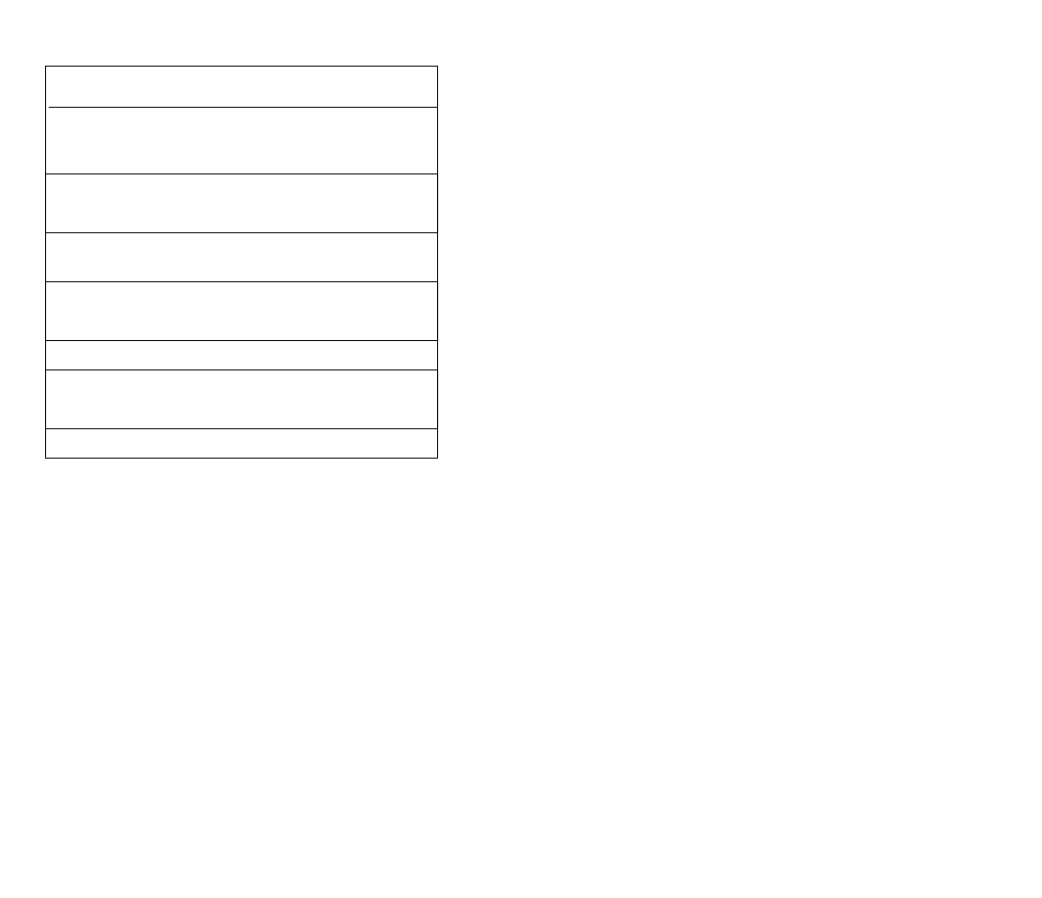
The draw.io diagram notes/Untitled Diagram.drawio in adildocuments/namaste-react, before the edit. Source tidied: cells renumbered, new cells numbered last; positions are measured from the earlier drawing's top-left corner, leaving out a move shared by most shapes. Both pictures are drawn from the tidied source at 98%, with x=0, y=0 at pixel (45, 66).
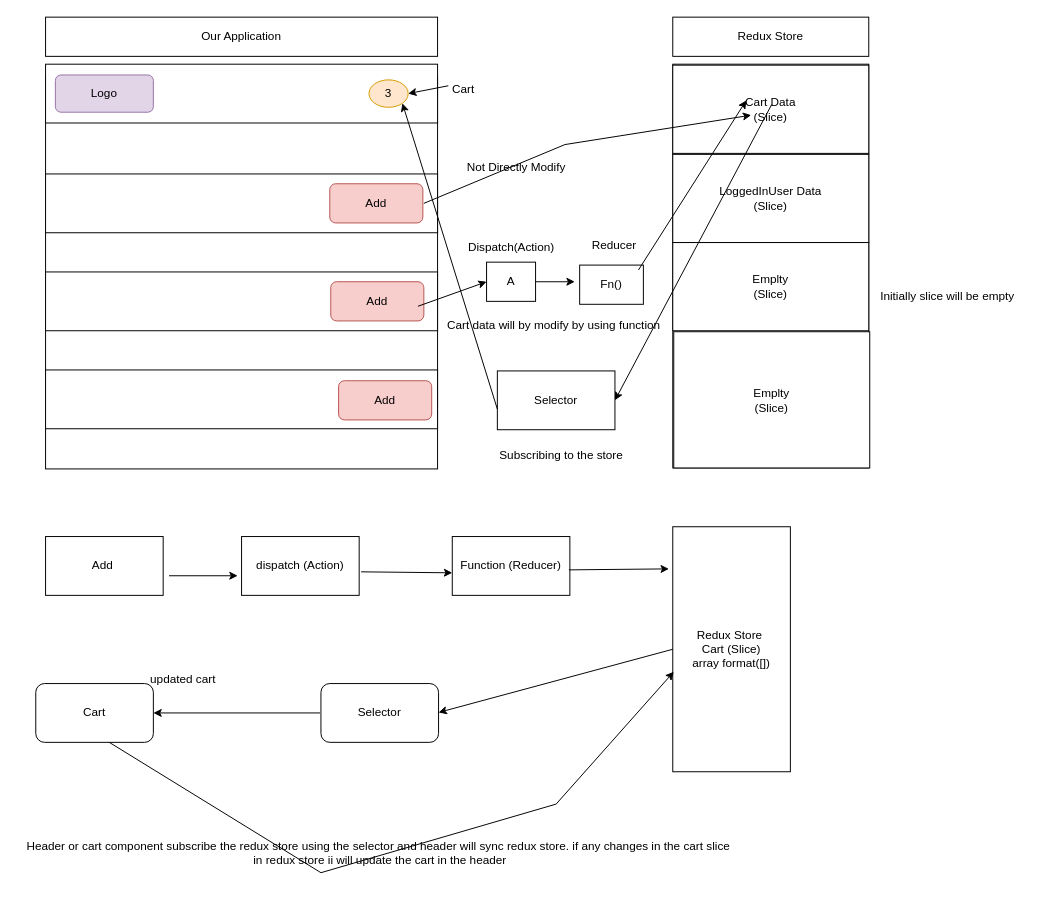
Above is the later version.

Diff of the diagram source:
```diff
@@
     <mxCell id="2" style="whiteSpace=wrap;html=1;" parent="1" vertex="1">
-      <mxGeometry width="400" height="400" as="geometry" />
+      <mxGeometry y="11" width="400" height="400" as="geometry" />
     </mxCell>
-    <mxCell id="3" style="endArrow=none;html=1;rounded=0;entryX=1;entryY=0.105;entryDx=0;entryDy=0;entryPerimeter=0;exitX=0.008;exitY=0.105;exitDx=0;exitDy=0;exitPerimeter=0;" parent="1" edge="1" source="2" target="2">
-      <mxGeometry relative="1" as="geometry" />
-    </mxCell>
@@
     <mxCell id="5" style="rounded=0;whiteSpace=wrap;html=1;" parent="1" vertex="1">
-      <mxGeometry y="220" width="400" height="60" as="geometry" />
+      <mxGeometry y="210" width="400" height="60" as="geometry" />
     </mxCell>
@@
+    <mxCell id="7" value="Add" style="rounded=1;whiteSpace=wrap;html=1;fillColor=#f8cecc;strokeColor=#b85450;" parent="1" vertex="1">
+      <mxGeometry x="290" y="120" width="95" height="40" as="geometry" />
+    </mxCell>
+    <mxCell id="8" value="Add" style="rounded=1;whiteSpace=wrap;html=1;fillColor=#f8cecc;strokeColor=#b85450;" parent="1" vertex="1">
+      <mxGeometry x="291" y="220" width="95" height="40" as="geometry" />
+    </mxCell>
+    <mxCell id="9" value="Add" style="rounded=1;whiteSpace=wrap;html=1;fillColor=#f8cecc;strokeColor=#b85450;" parent="1" vertex="1">
+      <mxGeometry x="299" y="321" width="95" height="40" as="geometry" />
+    </mxCell>
+    <mxCell id="10" style="rounded=0;whiteSpace=wrap;html=1;align=left;" parent="1" vertex="1">
+      <mxGeometry y="-2" width="400" height="60" as="geometry" />
+    </mxCell>
+    <mxCell id="11" value="3" style="ellipse;whiteSpace=wrap;html=1;fillColor=#ffe6cc;strokeColor=#d79b00;" parent="1" vertex="1">
+      <mxGeometry x="330" y="14" width="40" height="28" as="geometry" />
+    </mxCell>
+    <mxCell id="12" value="Logo" style="rounded=1;whiteSpace=wrap;html=1;fillColor=#e1d5e7;strokeColor=#9673a6;" parent="1" vertex="1">
+      <mxGeometry x="10" y="9" width="100" height="38" as="geometry" />
+    </mxCell>
+    <mxCell id="13" value="Our Application" style="whiteSpace=wrap;html=1;" parent="1" vertex="1">
+      <mxGeometry y="-50" width="400" height="40" as="geometry" />
+    </mxCell>
+    <mxCell id="14" style="rounded=0;whiteSpace=wrap;html=1;" parent="1" vertex="1">
+      <mxGeometry x="640" y="-2" width="200" height="412" as="geometry" />
+    </mxCell>
+    <mxCell id="15" value="Redux Store" style="rounded=0;whiteSpace=wrap;html=1;" parent="1" vertex="1">
+      <mxGeometry x="640" y="-50" width="200" height="40" as="geometry" />
+    </mxCell>
+    <mxCell id="16" value="Cart Data&lt;div&gt;(Slice)&lt;/div&gt;" style="rounded=0;whiteSpace=wrap;html=1;" parent="1" vertex="1">
+      <mxGeometry x="640" y="-1" width="200" height="90" as="geometry" />
+    </mxCell>
+    <mxCell id="17" value="LoggedInUser Data&lt;div&gt;(Slice)&lt;/div&gt;" style="rounded=0;whiteSpace=wrap;html=1;" parent="1" vertex="1">
+      <mxGeometry x="640" y="90" width="200" height="90" as="geometry" />
+    </mxCell>
+    <mxCell id="18" value="Emplty&lt;div&gt;(Slice)&lt;/div&gt;" style="rounded=0;whiteSpace=wrap;html=1;" parent="1" vertex="1">
+      <mxGeometry x="640" y="180" width="200" height="90" as="geometry" />
+    </mxCell>
+    <mxCell id="19" value="Emplty&lt;div&gt;(Slice)&lt;/div&gt;" style="rounded=0;whiteSpace=wrap;html=1;" parent="1" vertex="1">
+      <mxGeometry x="641" y="271" width="200" height="139" as="geometry" />
+    </mxCell>
+    <mxCell id="20" style="endArrow=classic;html=1;rounded=0;entryX=0.4;entryY=0.567;entryDx=0;entryDy=0;entryPerimeter=0;" parent="1" edge="1" target="16">
+      <mxGeometry relative="1" as="geometry">
+        <mxPoint x="386" y="140" as="sourcePoint" />
+        <Array as="points">
+          <mxPoint x="530" y="80" />
+        </Array>
+      </mxGeometry>
+    </mxCell>
+    <mxCell id="21" value="Not Directly Modify" style="text;html=1;align=center;verticalAlign=middle;strokeColor=none;fillColor=none;" parent="1" vertex="1">
+      <mxGeometry x="420" y="88" width="120" height="30" as="geometry" />
+    </mxCell>
+    <mxCell id="22" value="A" style="rounded=0;whiteSpace=wrap;html=1;" parent="1" vertex="1">
+      <mxGeometry x="450" y="200" width="50" height="40" as="geometry" />
+    </mxCell>
+    <mxCell id="23" style="endArrow=classic;html=1;rounded=0;entryX=0;entryY=0.5;entryDx=0;entryDy=0;" parent="1" edge="1" target="22">
+      <mxGeometry relative="1" as="geometry">
+        <mxPoint x="380" y="245" as="sourcePoint" />
+      </mxGeometry>
+    </mxCell>
+    <mxCell id="24" style="endArrow=classic;html=1;rounded=0;" parent="1" edge="1">
+      <mxGeometry relative="1" as="geometry">
+        <mxPoint x="500" y="220" as="sourcePoint" />
+        <mxPoint x="540" y="220" as="targetPoint" />
+      </mxGeometry>
+    </mxCell>
+    <mxCell id="25" value="Fn()" style="rounded=0;whiteSpace=wrap;html=1;" parent="1" vertex="1">
+      <mxGeometry x="545" y="203" width="65" height="40" as="geometry" />
+    </mxCell>
+    <mxCell id="26" value="Dispatch(Action)" style="text;html=1;align=center;verticalAlign=middle;strokeColor=none;fillColor=none;" parent="1" vertex="1">
+      <mxGeometry x="420" y="170" width="110" height="30" as="geometry" />
+    </mxCell>
+    <mxCell id="27" style="endArrow=classic;html=1;rounded=0;" parent="1" edge="1">
+      <mxGeometry relative="1" as="geometry">
+        <mxPoint x="605" y="208" as="sourcePoint" />
+        <mxPoint x="715" y="35" as="targetPoint" />
+      </mxGeometry>
+    </mxCell>
+    <mxCell id="28" value="Cart data will by modify by using function&amp;nbsp;" style="text;html=1;align=center;verticalAlign=middle;strokeColor=none;fillColor=none;" parent="1" vertex="1">
+      <mxGeometry x="400" y="250" width="240" height="30" as="geometry" />
+    </mxCell>
+    <mxCell id="29" value="Initially slice will be empty" style="text;html=1;align=center;verticalAlign=middle;strokeColor=none;fillColor=none;" parent="1" vertex="1">
+      <mxGeometry x="840" y="220" width="160" height="30" as="geometry" />
+    </mxCell>
+    <mxCell id="30" value="Reducer" style="text;html=1;align=center;verticalAlign=middle;strokeColor=none;fillColor=none;" parent="1" vertex="1">
+      <mxGeometry x="545" y="168" width="70" height="30" as="geometry" />
+    </mxCell>
+    <mxCell id="31" value="Selector" style="rounded=0;whiteSpace=wrap;html=1;" parent="1" vertex="1">
+      <mxGeometry x="461" y="311" width="120" height="60" as="geometry" />
+    </mxCell>
+    <mxCell id="32" value="Subscribing to the store" style="text;html=1;align=center;verticalAlign=middle;strokeColor=none;fillColor=none;" parent="1" vertex="1">
+      <mxGeometry x="451" y="382" width="150" height="30" as="geometry" />
+    </mxCell>
+    <mxCell id="33" style="endArrow=classic;html=1;rounded=0;entryX=1;entryY=1;entryDx=0;entryDy=0;" parent="1" edge="1" target="11">
+      <mxGeometry relative="1" as="geometry">
+        <mxPoint x="461" y="350" as="sourcePoint" />
+      </mxGeometry>
+    </mxCell>
+    <mxCell id="34" style="endArrow=classic;html=1;rounded=0;entryX=1;entryY=0.5;entryDx=0;entryDy=0;" parent="1" edge="1" target="31">
+      <mxGeometry relative="1" as="geometry">
+        <mxPoint x="741" y="39" as="sourcePoint" />
+      </mxGeometry>
+    </mxCell>
+    <mxCell id="35" value="Cart" style="text;html=1;align=center;verticalAlign=middle;strokeColor=none;fillColor=none;" parent="1" vertex="1">
+      <mxGeometry x="401" y="9" width="50" height="30" as="geometry" />
+    </mxCell>
+    <mxCell id="36" style="endArrow=classic;html=1;rounded=0;entryX=1;entryY=0.5;entryDx=0;entryDy=0;" parent="1" edge="1" target="11">
+      <mxGeometry relative="1" as="geometry">
+        <mxPoint x="411" y="20" as="sourcePoint" />
+      </mxGeometry>
+    </mxCell>
+    <mxCell id="37" value="Add&amp;nbsp;" style="rounded=0;whiteSpace=wrap;html=1;" parent="1" vertex="1">
+      <mxGeometry y="480" width="120" height="60" as="geometry" />
+    </mxCell>
+    <mxCell id="38" value="dispatch (Action)" style="rounded=0;whiteSpace=wrap;html=1;" parent="1" vertex="1">
+      <mxGeometry x="200" y="480" width="120" height="60" as="geometry" />
+    </mxCell>
+    <mxCell id="39" value="Function (Reducer)" style="rounded=0;whiteSpace=wrap;html=1;" parent="1" vertex="1">
+      <mxGeometry x="415" y="480" width="120" height="60" as="geometry" />
+    </mxCell>
+    <mxCell id="40" value="Redux Store&amp;nbsp;&lt;br&gt;Cart (Slice)&lt;br&gt;array format([])" style="rounded=0;whiteSpace=wrap;html=1;" parent="1" vertex="1">
+      <mxGeometry x="640" y="470" width="120" height="250" as="geometry" />
+    </mxCell>
+    <mxCell id="41" value="Cart" style="rounded=1;whiteSpace=wrap;html=1;" parent="1" vertex="1">
+      <mxGeometry x="-10" y="630" width="120" height="60" as="geometry" />
+    </mxCell>
+    <mxCell id="42" value="Selector" style="rounded=1;whiteSpace=wrap;html=1;" parent="1" vertex="1">
+      <mxGeometry x="281" y="630" width="120" height="60" as="geometry" />
+    </mxCell>
+    <mxCell id="43" style="endArrow=classic;html=1;rounded=0;" parent="1" edge="1">
+      <mxGeometry relative="1" as="geometry">
+        <mxPoint x="126" y="520" as="sourcePoint" />
+        <mxPoint x="196" y="520" as="targetPoint" />
+      </mxGeometry>
+    </mxCell>
+    <mxCell id="44" style="endArrow=classic;html=1;rounded=0;entryX=0;entryY=0.617;entryDx=0;entryDy=0;entryPerimeter=0;" parent="1" edge="1" target="39">
+      <mxGeometry relative="1" as="geometry">
+        <mxPoint x="322" y="516" as="sourcePoint" />
+      </mxGeometry>
+    </mxCell>
+    <mxCell id="45" style="endArrow=classic;html=1;rounded=0;entryX=-0.033;entryY=0.172;entryDx=0;entryDy=0;entryPerimeter=0;" parent="1" edge="1" target="40">
+      <mxGeometry relative="1" as="geometry">
+        <mxPoint x="534" y="514" as="sourcePoint" />
+      </mxGeometry>
+    </mxCell>
+    <mxCell id="46" style="endArrow=classic;html=1;rounded=0;exitX=0.625;exitY=1;exitDx=0;exitDy=0;exitPerimeter=0;entryX=0;entryY=0.5;entryDx=0;entryDy=0;" parent="1" edge="1" source="41">
+      <mxGeometry relative="1" as="geometry">
+        <mxPoint x="641" y="618" as="targetPoint" />
+        <Array as="points">
+          <mxPoint x="281" y="823" />
+          <mxPoint x="521" y="753" />
+        </Array>
+      </mxGeometry>
+    </mxCell>
+    <mxCell id="47" value="Header or cart component subscribe the redux store using the selector and header will sync redux store. if any changes in the cart slice&amp;nbsp;&lt;div&gt;in redux store ii will update the cart in the header&lt;/div&gt;" style="text;html=1;align=center;verticalAlign=middle;strokeColor=none;fillColor=none;" parent="1" vertex="1">
+      <mxGeometry x="-29" y="783" width="740" height="40" as="geometry" />
+    </mxCell>
+    <mxCell id="48" style="endArrow=classic;html=1;rounded=0;entryX=1;entryY=0.5;entryDx=0;entryDy=0;" parent="1" edge="1" target="41">
+      <mxGeometry relative="1" as="geometry">
+        <mxPoint x="280" y="660" as="sourcePoint" />
+      </mxGeometry>
+    </mxCell>
+    <mxCell id="49" style="endArrow=classic;html=1;rounded=0;entryX=1;entryY=0.5;entryDx=0;entryDy=0;exitX=0;exitY=0.5;exitDx=0;exitDy=0;" parent="1" edge="1" source="40">
+      <mxGeometry relative="1" as="geometry">
+        <mxPoint x="401" y="659.5" as="targetPoint" />
+      </mxGeometry>
+    </mxCell>
+    <mxCell id="50" value="updated cart&lt;div&gt;&lt;br&gt;&lt;/div&gt;" style="text;html=1;align=center;verticalAlign=middle;strokeColor=none;fillColor=none;" parent="1" vertex="1">
+      <mxGeometry x="95" y="613" width="90" height="40" as="geometry" />
+    </mxCell>
```
